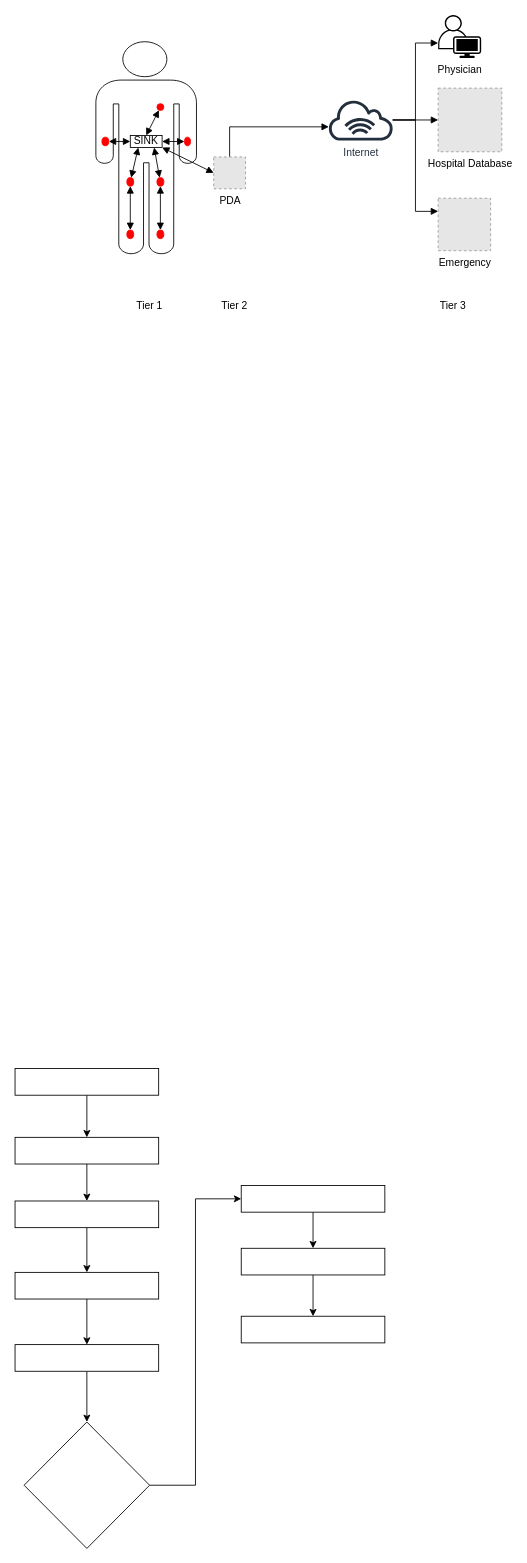
Above: synopsis.drawio in filzahamjad/DataminingSynopsis_Figures (draw.io), before the change. Source tidied: cells renumbered, new cells numbered last; positions are measured from the earlier drawing's top-left corner, leaving out a move shared by most shapes. Both pictures are drawn from the tidied source at 86%, with x=0, y=0 at pixel (15, 15). Pictures stored in the file or linked from it are replaced by grey dashed boxes.
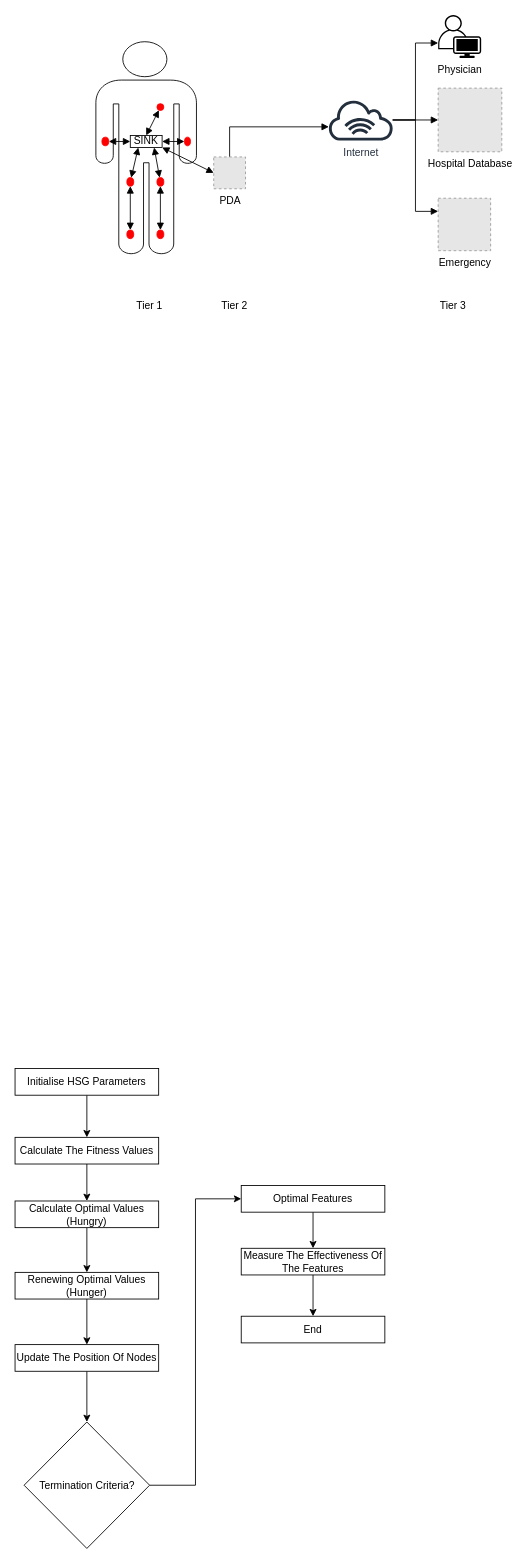
Above is the later version.

What changed in the source:
```diff
@@
-    <mxCell id="32" style="rounded=0;whiteSpace=wrap;html=1;" parent="1" vertex="1">
+    <mxCell id="32" value="Optimal Features" style="rounded=0;whiteSpace=wrap;html=1;" parent="1" vertex="1">
       <mxGeometry x="263" y="1361" width="167" height="31" as="geometry" />
     </mxCell>
@@
-    <mxCell id="34" style="rounded=0;whiteSpace=wrap;html=1;" parent="1" vertex="1">
+    <mxCell id="34" value="Measure The Effectiveness Of The Features" style="rounded=0;whiteSpace=wrap;html=1;" parent="1" vertex="1">
       <mxGeometry x="263" y="1434" width="167" height="31" as="geometry" />
     </mxCell>
-    <mxCell id="35" style="rounded=0;whiteSpace=wrap;html=1;" parent="1" vertex="1">
+    <mxCell id="35" value="End" style="rounded=0;whiteSpace=wrap;html=1;" parent="1" vertex="1">
       <mxGeometry x="263" y="1513" width="167" height="31" as="geometry" />
     </mxCell>
@@
-    <mxCell id="37" style="rounded=0;whiteSpace=wrap;html=1;" parent="1" vertex="1">
+    <mxCell id="37" value="Update The Position Of Nodes" style="rounded=0;whiteSpace=wrap;html=1;" parent="1" vertex="1">
       <mxGeometry y="1546" width="167" height="31" as="geometry" />
     </mxCell>
@@
-    <mxCell id="39" style="rounded=0;whiteSpace=wrap;html=1;" parent="1" vertex="1">
+    <mxCell id="39" value="Renewing Optimal Values (Hunger)" style="rounded=0;whiteSpace=wrap;html=1;" parent="1" vertex="1">
       <mxGeometry y="1462" width="167" height="31" as="geometry" />
     </mxCell>
@@
-    <mxCell id="41" style="rounded=0;whiteSpace=wrap;html=1;" parent="1" vertex="1">
+    <mxCell id="41" value="Calculate Optimal Values (Hungry)" style="rounded=0;whiteSpace=wrap;html=1;" parent="1" vertex="1">
       <mxGeometry y="1379" width="167" height="31" as="geometry" />
     </mxCell>
@@
-    <mxCell id="43" style="rounded=0;whiteSpace=wrap;html=1;" parent="1" vertex="1">
+    <mxCell id="43" value="Calculate The Fitness Values" style="rounded=0;whiteSpace=wrap;html=1;" parent="1" vertex="1">
       <mxGeometry y="1305" width="167" height="31" as="geometry" />
     </mxCell>
@@
-    <mxCell id="45" style="rounded=0;whiteSpace=wrap;html=1;" parent="1" vertex="1">
+    <mxCell id="45" value="Initialise HSG Parameters" style="rounded=0;whiteSpace=wrap;html=1;" parent="1" vertex="1">
       <mxGeometry y="1225" width="167" height="31" as="geometry" />
     </mxCell>
@@
-    <mxCell id="47" style="rhombus;whiteSpace=wrap;html=1;" parent="1" vertex="1">
+    <mxCell id="47" value="Termination Criteria?" style="rhombus;whiteSpace=wrap;html=1;" parent="1" vertex="1">
       <mxGeometry x="10.5" y="1636" width="146" height="147" as="geometry" />
     </mxCell>
```
